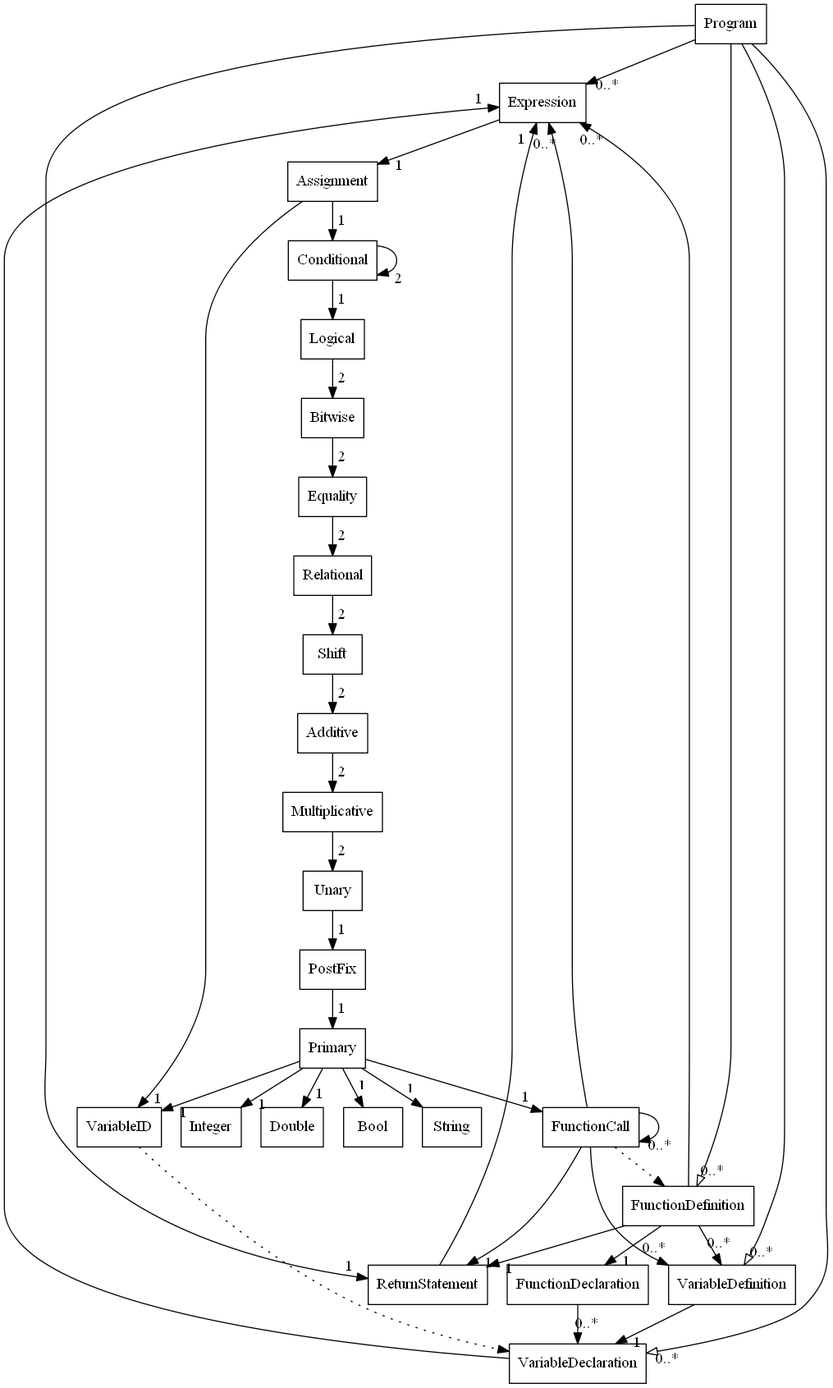
The Graphviz diagram DotUML/InterpreterFlow.png in NeverKnewTheName/R_SimpleInterpreter, before a commit. Its source is kept beside it as DotUML/InterpreterFlow.dot.
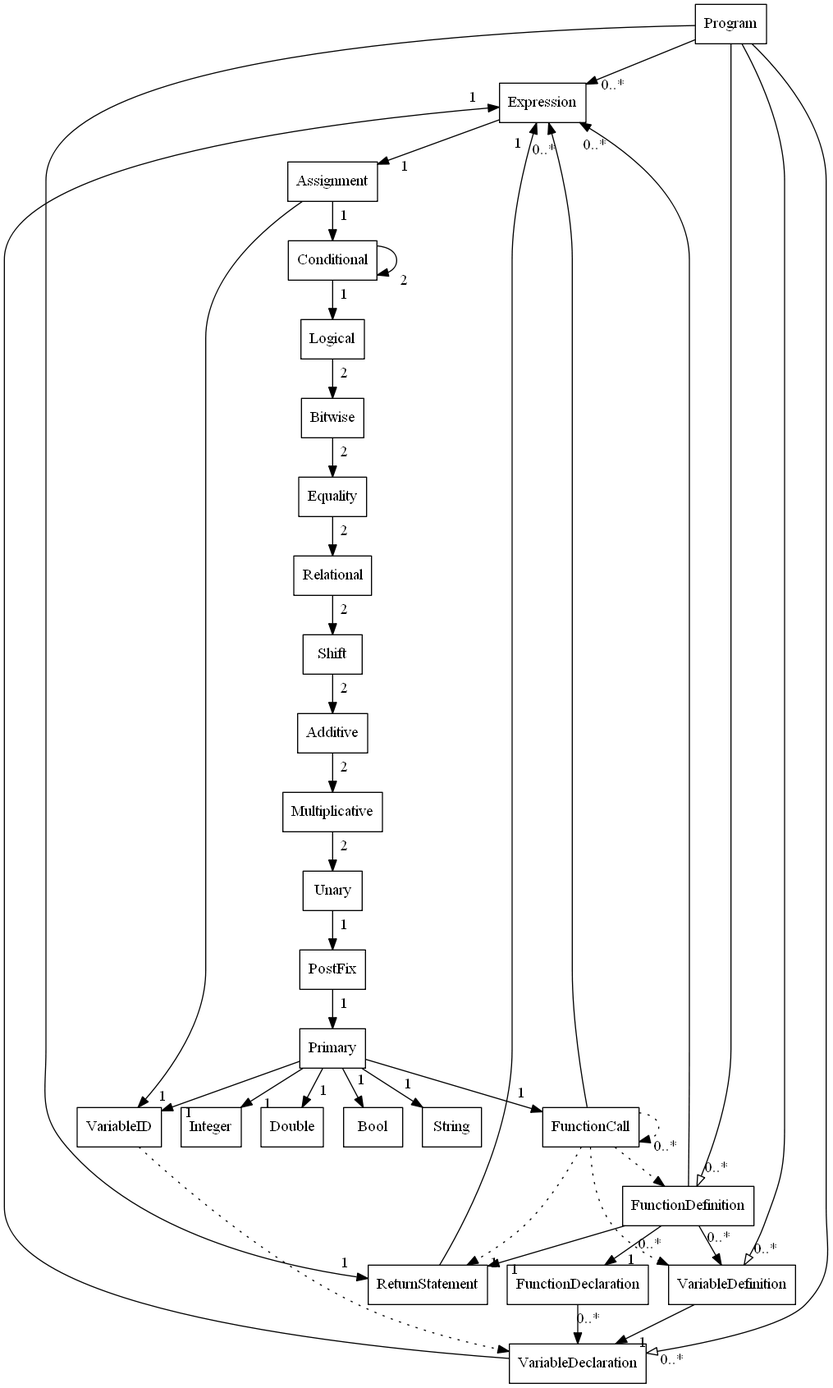
The same diagram one commit later.

The edit, as a diff of the source:
```diff
@@ -40,38 +40,42 @@
         ]
 
     {rank=min Program}
+    edge [
+        labeldistance=2.5
+    ]
 
-    Program -> { VariableDeclaration VariableDefinition FunctionDefinition  }[arrowhead="empty" headlabel="0..*", labeldistance=2]
-    Program -> Expression[headlabel="0..*", labeldistance=2]
-    Program -> ReturnStatement[headlabel=1, labeldistance=2]
+    Program -> { VariableDeclaration VariableDefinition FunctionDefinition  }[arrowhead="empty" headlabel="0..*" ]
+    Program -> Expression[headlabel="0..*"]
+    Program -> ReturnStatement[headlabel=1]
 
-    VariableDefinition -> VariableDeclaration[headlabel=1, labeldistance=2]
-    VariableDeclaration -> Expression[headlabel=1, labeldistance=2]
+    VariableDefinition -> VariableDeclaration[headlabel=1]
+    VariableDeclaration -> Expression[headlabel=1]
 
-    FunctionDefinition -> FunctionDeclaration[headlabel=1, labeldistance=2]
-    FunctionDefinition -> { VariableDefinition Expression }[headlabel="0..*", labeldistance=2]
-    FunctionDefinition -> ReturnStatement[headlabel=1, labeldistance=2]
-    FunctionDeclaration -> VariableDeclaration[headlabel="0..*", labeldistance=2]
+    FunctionDefinition -> FunctionDeclaration[headlabel=1]
+    FunctionDefinition -> { VariableDefinition Expression }[headlabel="0..*"]
+    FunctionDefinition -> ReturnStatement[headlabel=1]
+    FunctionDeclaration -> VariableDeclaration[headlabel="0..*"]
 
-    ReturnStatement -> Expression[headlabel=1, labeldistance=2]
+    ReturnStatement -> Expression[headlabel=1]
 
-    FunctionCall -> { VariableDefinition Expression FunctionCall }[headlabel="0..*", labeldistance=2]
-    FunctionCall -> ReturnStatement[headlabel=1, labeldistance=2]
+    FunctionCall -> Expression[headlabel="0..*"]
+    FunctionCall -> { VariableDefinition FunctionCall }[style=dotted, headlabel="0..*"]
+    FunctionCall -> ReturnStatement[style=dotted, headlabel=1]
 
-    Expression -> Assignment[headlabel=1, labeldistance=2]
-    Assignment -> { VariableID Conditional }[headlabel=1, labeldistance=2]
-    Conditional -> Logical[headlabel=1, labeldistance=2]
-    Conditional -> Conditional[headlabel=2, labeldistance=2]
-    Logical -> Bitwise[headlabel=2, labeldistance=2]
-    Bitwise -> Equality[headlabel=2, labeldistance=2]
-    Equality -> Relational[headlabel=2, labeldistance=2]
-    Relational -> Shift[headlabel=2, labeldistance=2]
-    Shift -> Additive[headlabel=2, labeldistance=2]
-    Additive -> Multiplicative[headlabel=2, labeldistance=2]
-    Multiplicative -> Unary[headlabel=2, labeldistance=2]
-    Unary -> PostFix[headlabel=1, labeldistance=2]
-    PostFix -> Primary[headlabel=1, labeldistance=2]
-    Primary -> { Integer Double Bool String VariableID FunctionCall }[headlabel=1, labeldistance=2]
+    Expression -> Assignment[headlabel=1]
+    Assignment -> { VariableID Conditional }[headlabel=1]
+    Conditional -> Logical[headlabel=1]
+    Conditional -> Conditional[headlabel=2]
+    Logical -> Bitwise[headlabel=2]
+    Bitwise -> Equality[headlabel=2]
+    Equality -> Relational[headlabel=2]
+    Relational -> Shift[headlabel=2]
+    Shift -> Additive[headlabel=2]
+    Additive -> Multiplicative[headlabel=2]
+    Multiplicative -> Unary[headlabel=2]
+    Unary -> PostFix[headlabel=1]
+    PostFix -> Primary[headlabel=1]
+    Primary -> { Integer Double Bool String VariableID FunctionCall }[headlabel=1]
     VariableID -> VariableDeclaration[style=dotted]
     FunctionCall -> FunctionDefinition[style=dotted]
 
```
